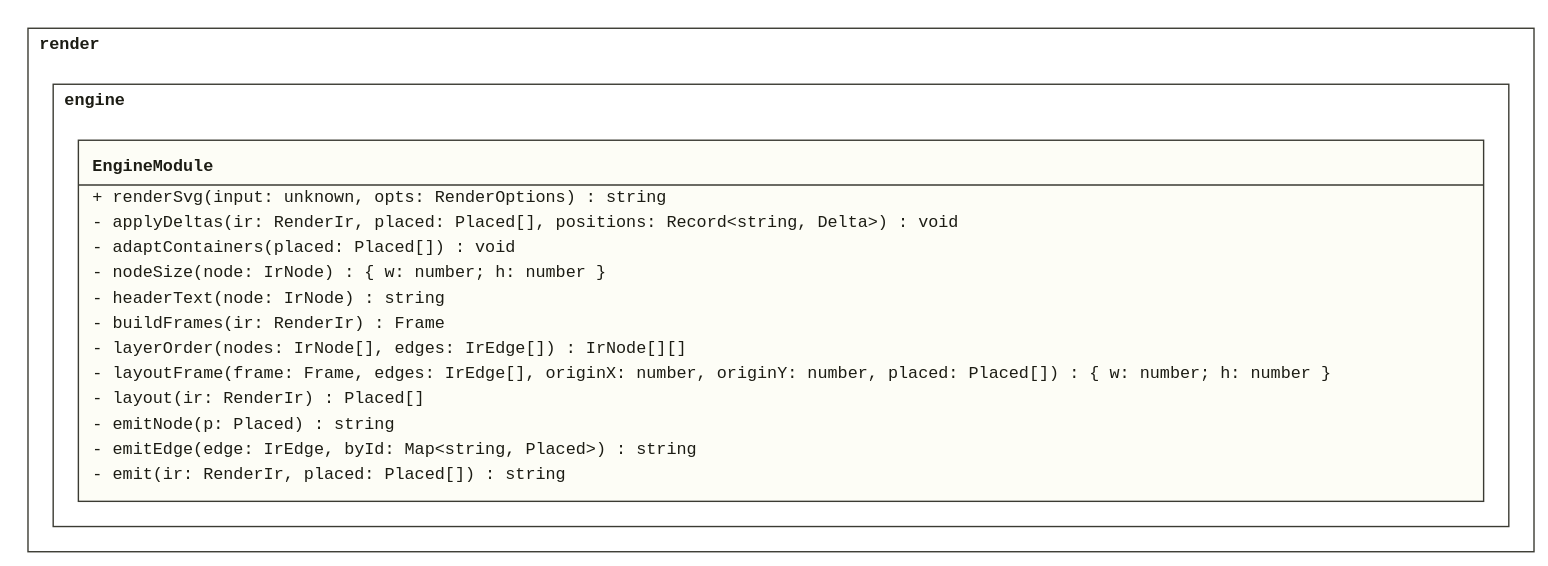
Above: doc/assets/CL_EngineModule.svg in derivasoftware/plantuml-render (PlantUML), before the change. Its source is kept beside it as design/lld/render/CL_EngineModule.puml. Its diagram source:
```plantuml
@startuml CL_EngineModule

!startsub EngineModule

namespace render.engine {
  class "<<module>>" as EngineModule {
    + renderSvg(input: unknown, opts: RenderOptions) : string
    - applyDeltas(ir: RenderIr, placed: Placed[], positions: Record<string, Delta>) : void
    - adaptContainers(placed: Placed[]) : void
    - nodeSize(node: IrNode) : { w: number; h: number }
    - headerText(node: IrNode) : string
    - buildFrames(ir: RenderIr) : Frame
    - layerOrder(nodes: IrNode[], edges: IrEdge[]) : IrNode[][]
    - layoutFrame(frame: Frame, edges: IrEdge[], originX: number, originY: number, placed: Placed[]) : { w: number; h: number }
    - layout(ir: RenderIr) : Placed[]
    - emitNode(p: Placed) : string
    - emitEdge(edge: IrEdge, byId: Map<string, Placed>) : string
    - emit(ir: RenderIr, placed: Placed[]) : string
  }
  EngineModule ..> render.ir.IrModule
}

!endsub

@enduml
```
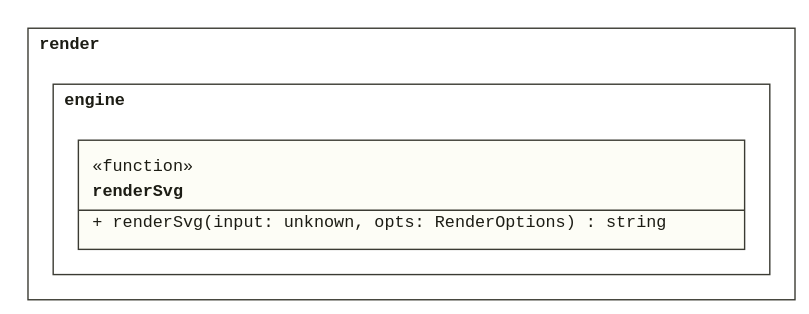
Later version of the same file.

Change to the diagram source:
```diff
@@ -3,21 +3,9 @@
 !startsub EngineModule
 
 namespace render.engine {
-  class "<<module>>" as EngineModule {
+  class renderSvg <<function>> {
     + renderSvg(input: unknown, opts: RenderOptions) : string
-    - applyDeltas(ir: RenderIr, placed: Placed[], positions: Record<string, Delta>) : void
-    - adaptContainers(placed: Placed[]) : void
-    - nodeSize(node: IrNode) : { w: number; h: number }
-    - headerText(node: IrNode) : string
-    - buildFrames(ir: RenderIr) : Frame
-    - layerOrder(nodes: IrNode[], edges: IrEdge[]) : IrNode[][]
-    - layoutFrame(frame: Frame, edges: IrEdge[], originX: number, originY: number, placed: Placed[]) : { w: number; h: number }
-    - layout(ir: RenderIr) : Placed[]
-    - emitNode(p: Placed) : string
-    - emitEdge(edge: IrEdge, byId: Map<string, Placed>) : string
-    - emit(ir: RenderIr, placed: Placed[]) : string
   }
-  EngineModule ..> render.ir.IrModule
 }
 
 !endsub
```
